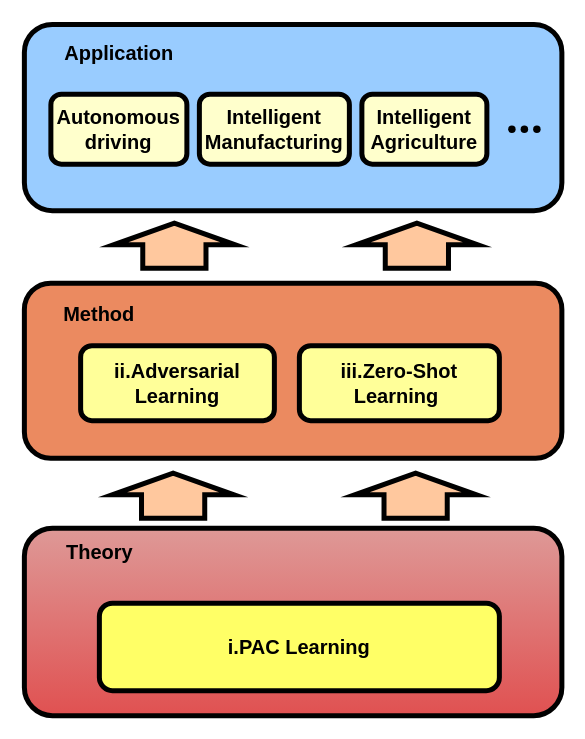
Earlier version of the draw.io diagram RP/research_framework.drawio (KopiSoftware/draw_cc_cloud). Source tidied: cells renumbered, new cells numbered last; positions are measured from the earlier drawing's top-left corner, leaving out a move shared by most shapes. Both pictures are drawn from the tidied source at 125%, with x=0, y=0 at pixel (24, 24).
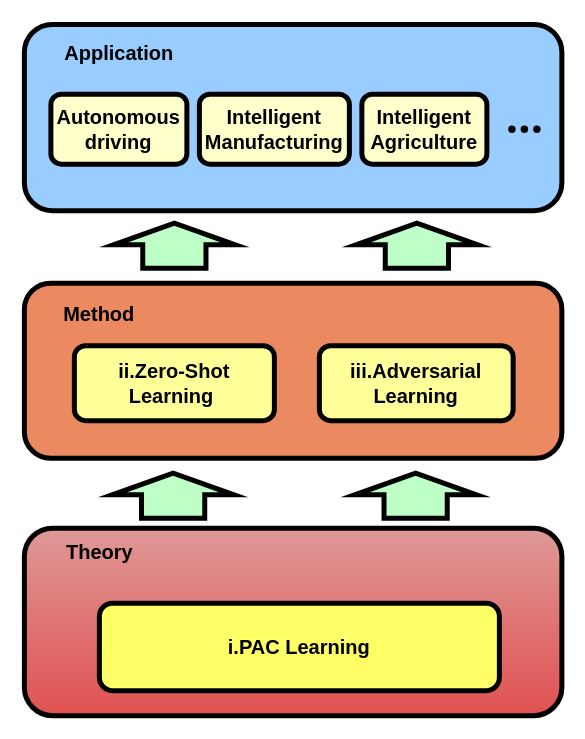
Above is the later version.

Diff of the diagram source:
```diff
@@
-    <mxCell id="15" style="shape=flexArrow;endArrow=classic;html=1;rounded=0;width=47.58620689655172;endSize=4.448275862068966;strokeWidth=4;endWidth=42.66349583828775;fillColor=#FFC89E;" parent="1" edge="1">
+    <mxCell id="15" style="shape=flexArrow;endArrow=classic;html=1;rounded=0;width=47.58620689655172;endSize=4.448275862068966;strokeWidth=4;endWidth=42.66349583828775;fillColor=#BDFFC6;" parent="1" edge="1">
       <mxGeometry relative="1" as="geometry">
         <mxPoint x="314" y="197" as="sourcePoint" />
         <mxPoint x="314" y="157" as="targetPoint" />
       </mxGeometry>
     </mxCell>
-    <mxCell id="16" style="shape=flexArrow;endArrow=classic;html=1;rounded=0;width=47.58620689655172;endSize=4.448275862068966;strokeWidth=4;endWidth=42.66349583828775;fillColor=#FFC89E;" parent="1" edge="1">
+    <mxCell id="16" style="shape=flexArrow;endArrow=classic;html=1;rounded=0;width=47.58620689655172;endSize=4.448275862068966;strokeWidth=4;endWidth=42.66349583828775;fillColor=#BDFFC6;" parent="1" edge="1">
       <mxGeometry relative="1" as="geometry">
         <mxPoint x="120" y="197" as="sourcePoint" />
         <mxPoint x="120" y="157" as="targetPoint" />
       </mxGeometry>
     </mxCell>
@@
-    <mxCell id="18" value="&lt;span style=&quot;font-size: 16px;&quot;&gt;&lt;b&gt;iii.Zero-Shot&lt;br&gt;Learning&amp;nbsp;&lt;/b&gt;&lt;/span&gt;" style="rounded=1;whiteSpace=wrap;html=1;strokeWidth=4;fillColor=#FFFF99;" parent="1" vertex="1">
-      <mxGeometry x="220" y="257" width="160" height="60" as="geometry" />
+    <mxCell id="18" value="&lt;span style=&quot;font-size: 16px;&quot;&gt;&lt;b&gt;ii.Zero-Shot&lt;br&gt;Learning&amp;nbsp;&lt;/b&gt;&lt;/span&gt;" style="rounded=1;whiteSpace=wrap;html=1;strokeWidth=4;fillColor=#FFFF99;" parent="1" vertex="1">
+      <mxGeometry x="40" y="257" width="160" height="60" as="geometry" />
     </mxCell>
-    <mxCell id="19" value="&lt;span style=&quot;font-size: 16px;&quot;&gt;&lt;b&gt;ii.Adversarial&lt;br&gt;Learning&lt;br&gt;&lt;/b&gt;&lt;/span&gt;" style="rounded=1;whiteSpace=wrap;html=1;strokeWidth=4;fillColor=#FFFF99;" parent="1" vertex="1">
-      <mxGeometry x="45" y="257" width="155" height="60" as="geometry" />
+    <mxCell id="19" value="&lt;span style=&quot;font-size: 16px;&quot;&gt;&lt;b&gt;iii.Adversarial&lt;br&gt;Learning&lt;br&gt;&lt;/b&gt;&lt;/span&gt;" style="rounded=1;whiteSpace=wrap;html=1;strokeWidth=4;fillColor=#FFFF99;" parent="1" vertex="1">
+      <mxGeometry x="236" y="257" width="155" height="60" as="geometry" />
     </mxCell>
@@
-    <mxCell id="21" style="shape=flexArrow;endArrow=classic;html=1;rounded=0;width=47.58620689655172;endSize=4.448275862068966;strokeWidth=4;endWidth=42.66349583828775;fillColor=#FFC89E;" parent="1" edge="1">
+    <mxCell id="21" style="shape=flexArrow;endArrow=classic;html=1;rounded=0;width=47.58620689655172;endSize=4.448275862068966;strokeWidth=4;endWidth=42.66349583828775;fillColor=#BDFFC6;" parent="1" edge="1">
       <mxGeometry relative="1" as="geometry">
         <mxPoint x="313" y="397" as="sourcePoint" />
         <mxPoint x="313" y="357" as="targetPoint" />
       </mxGeometry>
     </mxCell>
-    <mxCell id="22" style="shape=flexArrow;endArrow=classic;html=1;rounded=0;width=47.58620689655172;endSize=4.448275862068966;strokeWidth=4;endWidth=42.66349583828775;fillColor=#FFC89E;" parent="1" edge="1">
+    <mxCell id="22" style="shape=flexArrow;endArrow=classic;html=1;rounded=0;width=47.58620689655172;endSize=4.448275862068966;strokeWidth=4;endWidth=42.66349583828775;fillColor=#BDFFC6;" parent="1" edge="1">
       <mxGeometry relative="1" as="geometry">
         <mxPoint x="119" y="397" as="sourcePoint" />
         <mxPoint x="119" y="357" as="targetPoint" />
       </mxGeometry>
     </mxCell>
```
